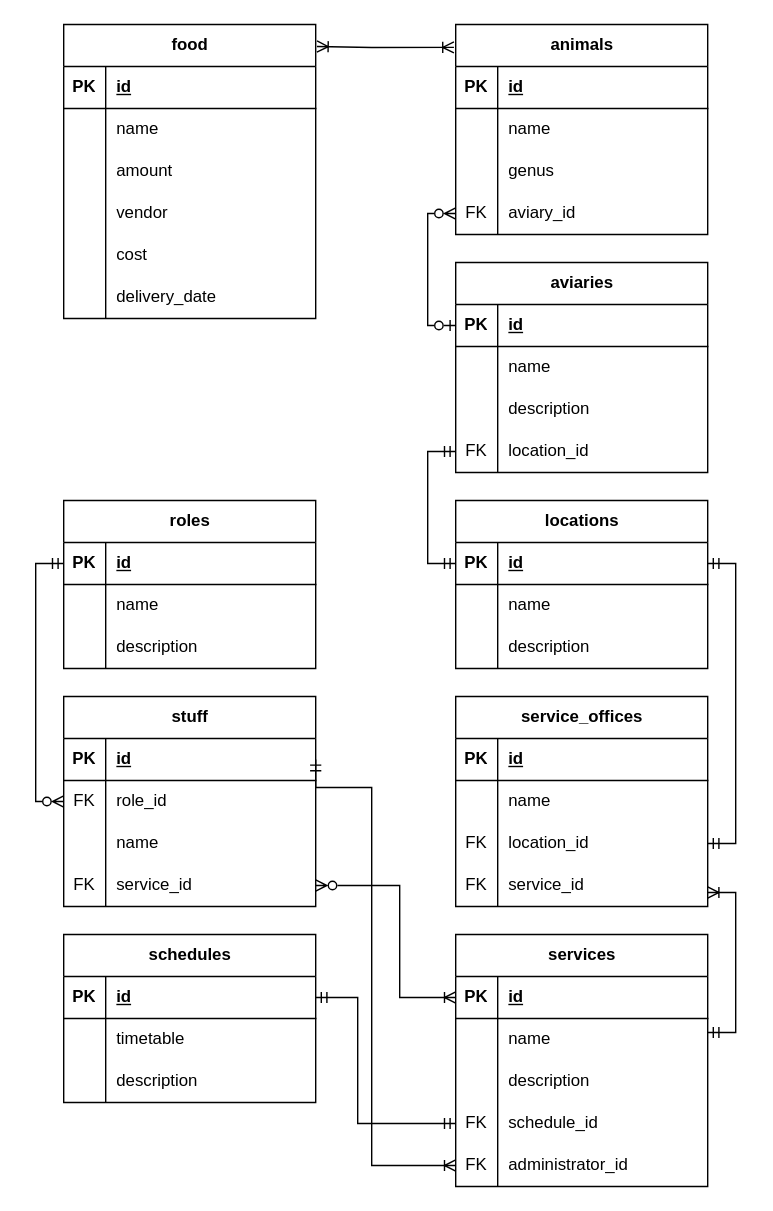
Above: lab-1/res/lab-1-extra-task.drawio in e1turin/itmo-is-db (draw.io), before the change. Source tidied: cells renumbered, new cells numbered last; positions are measured from the earlier drawing's top-left corner, leaving out a move shared by most shapes. Both pictures are drawn from the tidied source at 140%, with x=0, y=0 at pixel (63, 24).
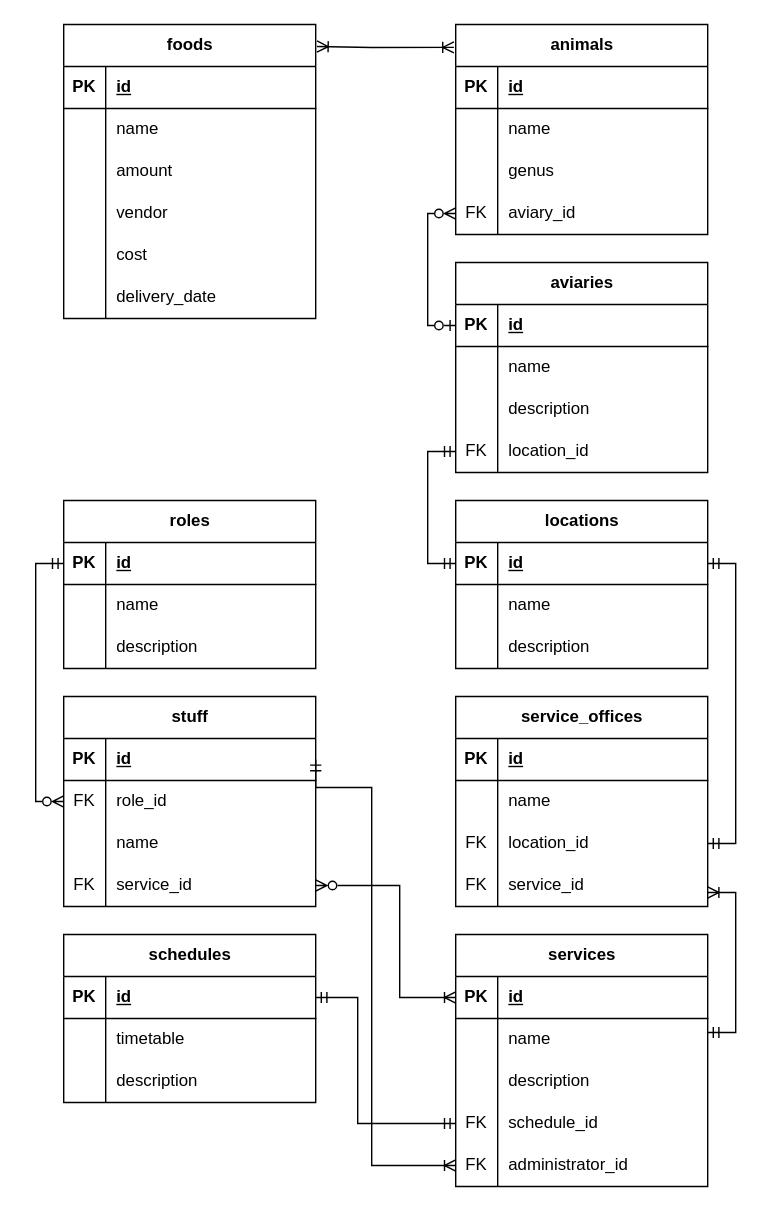
The same page after the edit.

Commit message (it also covers changes not shown here):
extra task completed

Diff of the diagram source:
```diff
@@
-    <mxCell id="53" value="food" style="shape=table;startSize=30;childLayout=tableLayout;rowLines=0;fontStyle=1;align=center;html=1;" parent="1" vertex="1">
+    <mxCell id="53" value="foods" style="shape=table;startSize=30;childLayout=tableLayout;rowLines=0;fontStyle=1;align=center;html=1;" parent="1" vertex="1">
       <mxGeometry width="180" height="210" as="geometry" />
     </mxCell>
```
